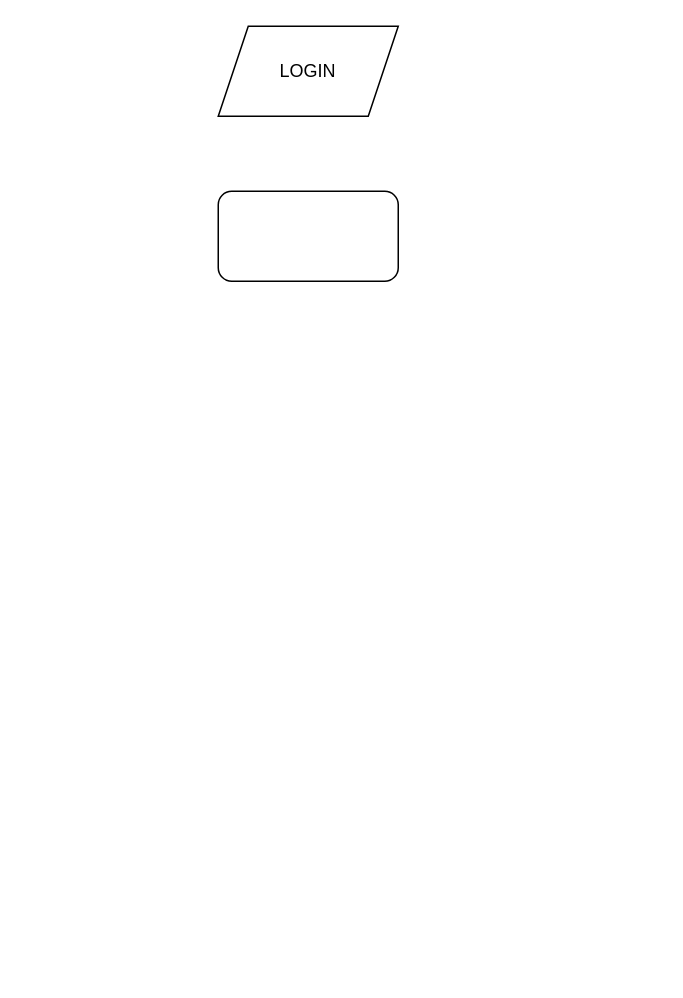
TopeMe/TopeMe keeps this draw.io diagram as Untitled Diagram.drawio. Above is the earlier version. Source tidied: cells renumbered, new cells numbered last; positions are measured from the earlier drawing's top-left corner, leaving out a move shared by most shapes. Both pictures are drawn from the tidied source at 150%, with x=0, y=0 at pixel (218, 26).
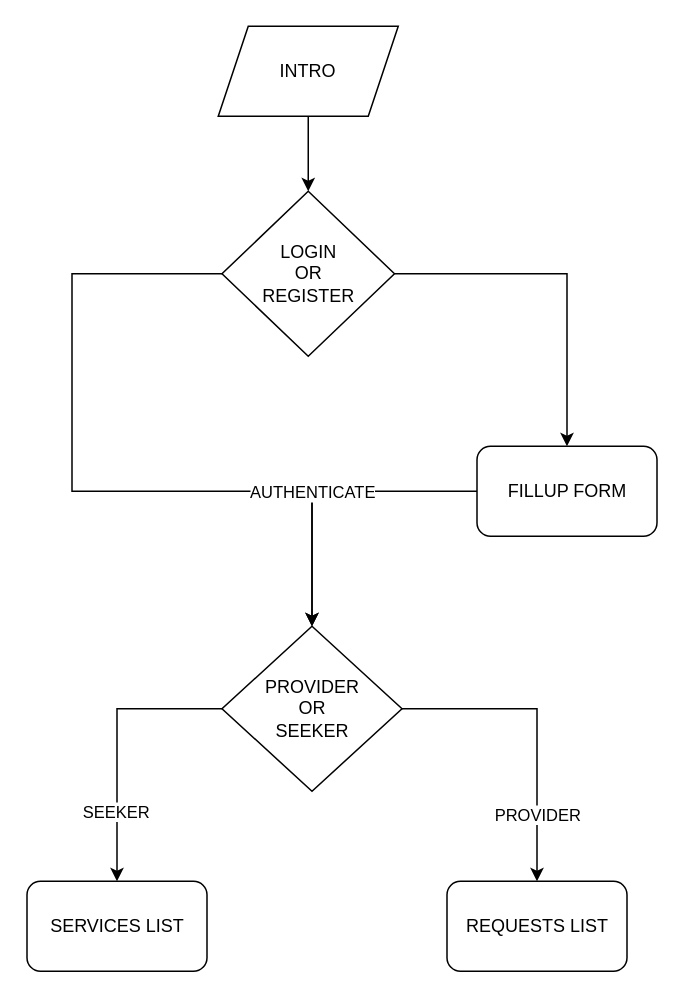
Above is the later version.

What changed in the source:
```diff
@@
+    <mxCell id="4" style="edgeStyle=orthogonalEdgeStyle;rounded=0;jettySize=auto;html=1;" parent="1" edge="1" source="2">
+      <mxGeometry relative="1" as="geometry">
+        <mxPoint x="60" y="110" as="targetPoint" />
+      </mxGeometry>
+    </mxCell>
-    <mxCell id="2" value="LOGIN" style="shape=parallelogram;perimeter=parallelogramPerimeter;whiteSpace=wrap;html=1;fixedSize=1;" parent="1" vertex="1">
+    <mxCell id="2" value="INTRO" style="shape=parallelogram;perimeter=parallelogramPerimeter;whiteSpace=wrap;html=1;fixedSize=1;" parent="1" vertex="1">
       <mxGeometry width="120" height="60" as="geometry" />
     </mxCell>
-    <mxCell id="3" style="rounded=1;whiteSpace=wrap;html=1;" parent="1" vertex="1">
-      <mxGeometry y="110" width="120" height="60" as="geometry" />
-    </mxCell>
+    <mxCell id="5" style="edgeStyle=orthogonalEdgeStyle;rounded=0;jettySize=auto;html=1;exitX=1;exitY=0.5;exitDx=0;exitDy=0;entryX=0.5;entryY=0;entryDx=0;entryDy=0;" parent="1" edge="1" source="7" target="17">
+      <mxGeometry relative="1" as="geometry" />
+    </mxCell>
+    <mxCell id="6" style="edgeStyle=orthogonalEdgeStyle;rounded=0;jettySize=auto;html=1;exitX=0;exitY=0.5;exitDx=0;exitDy=0;" parent="1" edge="1" source="7">
+      <mxGeometry relative="1" as="geometry">
+        <mxPoint x="62.5" y="400" as="targetPoint" />
+        <Array as="points">
+          <mxPoint x="-97.5" y="165" />
+          <mxPoint x="-97.5" y="310" />
+          <mxPoint x="62.5" y="310" />
+        </Array>
+      </mxGeometry>
+    </mxCell>
+    <mxCell id="7" value="LOGIN&lt;div&gt;OR&lt;/div&gt;&lt;div&gt;REGISTER&lt;/div&gt;" style="rhombus;whiteSpace=wrap;html=1;" parent="1" vertex="1">
+      <mxGeometry x="2.5" y="110" width="115" height="110" as="geometry" />
+    </mxCell>
+    <mxCell id="8" style="edgeStyle=orthogonalEdgeStyle;rounded=0;jettySize=auto;html=1;entryX=0.5;entryY=0;entryDx=0;entryDy=0;" parent="1" edge="1" source="12" target="13">
+      <mxGeometry relative="1" as="geometry" />
+    </mxCell>
+    <mxCell id="9" value="SEEKER" style="edgeLabel;html=1;align=center;verticalAlign=middle;" parent="8" vertex="1">
+      <mxGeometry x="0.49" y="-1" relative="1" as="geometry" />
+    </mxCell>
+    <mxCell id="10" style="edgeStyle=orthogonalEdgeStyle;rounded=0;jettySize=auto;html=1;" parent="1" edge="1" source="12" target="14">
+      <mxGeometry relative="1" as="geometry" />
+    </mxCell>
+    <mxCell id="11" value="PROVIDER" style="edgeLabel;html=1;align=center;verticalAlign=middle;" parent="10" vertex="1">
+      <mxGeometry x="0.56" relative="1" as="geometry" />
+    </mxCell>
+    <mxCell id="12" value="PROVIDER&lt;br&gt;OR&lt;br&gt;SEEKER" style="rhombus;whiteSpace=wrap;html=1;" parent="1" vertex="1">
+      <mxGeometry x="2.5" y="400" width="120" height="110" as="geometry" />
+    </mxCell>
+    <mxCell id="13" value="SERVICES LIST" style="rounded=1;whiteSpace=wrap;html=1;" parent="1" vertex="1">
+      <mxGeometry x="-127.5" y="570" width="120" height="60" as="geometry" />
+    </mxCell>
+    <mxCell id="14" value="REQUESTS LIST" style="rounded=1;whiteSpace=wrap;html=1;" parent="1" vertex="1">
+      <mxGeometry x="152.5" y="570" width="120" height="60" as="geometry" />
+    </mxCell>
+    <mxCell id="15" style="edgeStyle=orthogonalEdgeStyle;rounded=0;jettySize=auto;html=1;entryX=0.5;entryY=0;entryDx=0;entryDy=0;" parent="1" edge="1" source="17" target="12">
+      <mxGeometry relative="1" as="geometry" />
+    </mxCell>
+    <mxCell id="16" value="AUTHENTICATE" style="edgeLabel;html=1;align=center;verticalAlign=middle;" parent="15" vertex="1">
+      <mxGeometry x="0.48" relative="1" as="geometry">
+        <mxPoint y="-38" as="offset" />
+      </mxGeometry>
+    </mxCell>
+    <mxCell id="17" value="FILLUP FORM" style="rounded=1;whiteSpace=wrap;html=1;" parent="1" vertex="1">
+      <mxGeometry x="172.5" y="280" width="120" height="60" as="geometry" />
+    </mxCell>
```
